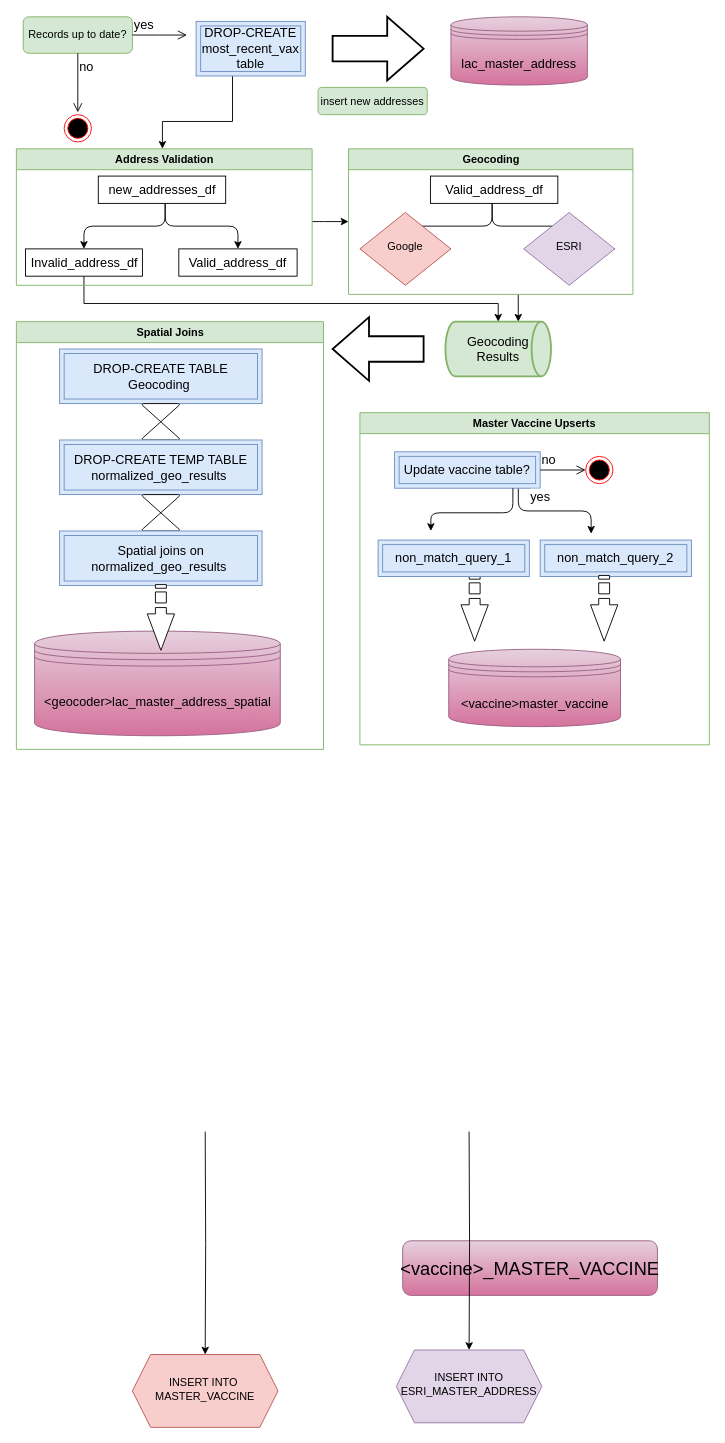
Before: conolidated_address_pipeline.drawio in Primordial-Haggis/LA_county_vax_etl_workflow, a draw.io diagram. Source tidied: cells renumbered, new cells numbered last; positions are measured from the earlier drawing's top-left corner, leaving out a move shared by most shapes. Both pictures are drawn from the tidied source at 91%, with x=0, y=0 at pixel (15, 16).
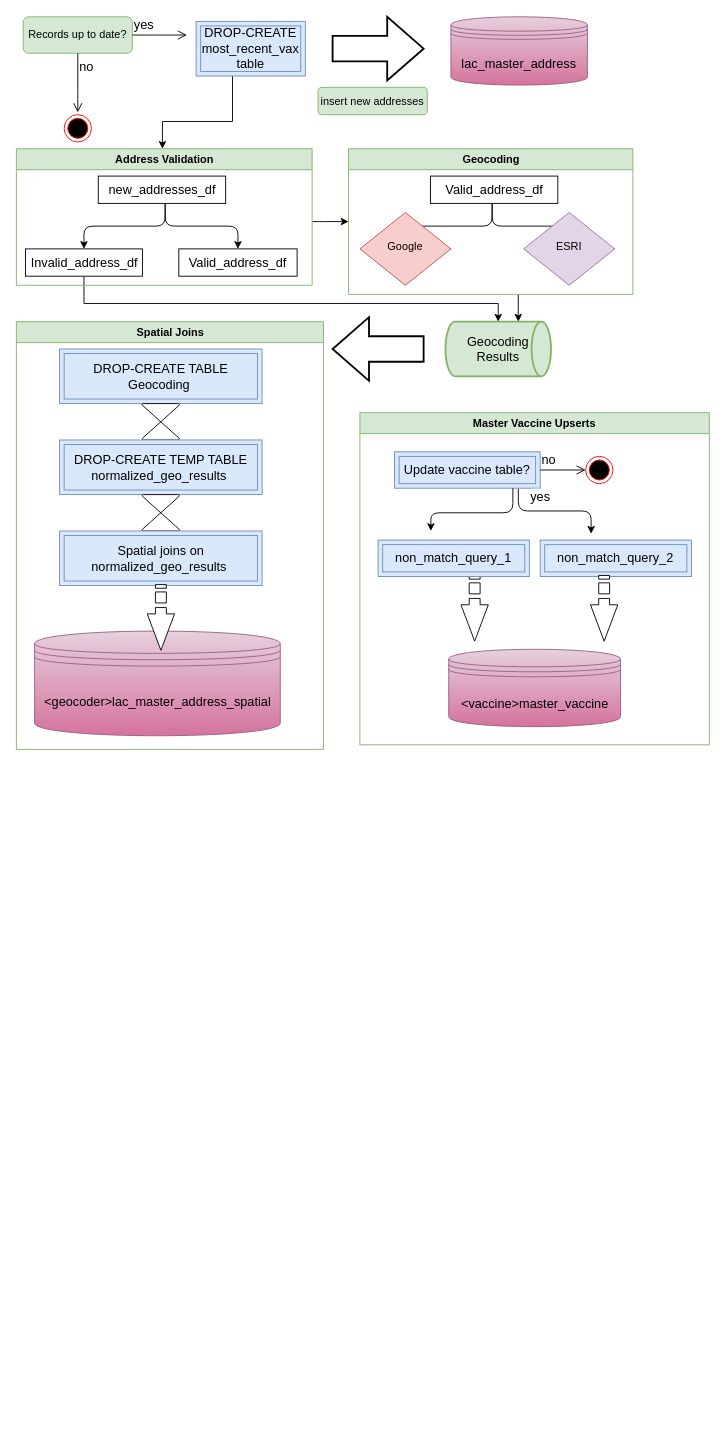
The same page after the edit.

Change to the diagram source:
```diff
@@
-    <mxCell id="2" value="&lt;font color=&quot;#000000&quot;&gt;&amp;lt;vaccine&amp;gt;_MASTER_VACCINE&lt;/font&gt;" style="rounded=1;whiteSpace=wrap;html=1;fontSize=20;fillColor=#e6d0de;gradientColor=#d5739d;strokeColor=#996185;" parent="1" vertex="1">
-      <mxGeometry x="425" y="1345" width="280" height="60" as="geometry" />
-    </mxCell>
-    <mxCell id="3" style="edgeStyle=orthogonalEdgeStyle;rounded=0;jettySize=auto;html=1;fontSize=20;fontColor=#000000;" parent="1" edge="1" target="5">
-      <mxGeometry relative="1" as="geometry">
-        <mxPoint x="208" y="1225" as="sourcePoint" />
-      </mxGeometry>
-    </mxCell>
-    <mxCell id="4" style="edgeStyle=orthogonalEdgeStyle;rounded=0;jettySize=auto;html=1;fontSize=20;fontColor=#000000;" parent="1" edge="1" target="6">
-      <mxGeometry relative="1" as="geometry">
-        <mxPoint x="498" y="1225" as="sourcePoint" />
-      </mxGeometry>
-    </mxCell>
-    <mxCell id="5" value="INSERT INTO&amp;nbsp;&lt;br&gt;MASTER_VACCINE" style="shape=hexagon;perimeter=hexagonPerimeter2;whiteSpace=wrap;html=1;fixedSize=1;fillColor=#f8cecc;strokeColor=#b85450;shadow=0;strokeWidth=1;spacing=6;spacingTop=-4;" parent="1" vertex="1">
-      <mxGeometry x="128" y="1470" width="160" height="80" as="geometry" />
-    </mxCell>
-    <mxCell id="6" value="INSERT INTO ESRI_MASTER_ADDRESS" style="shape=hexagon;perimeter=hexagonPerimeter2;whiteSpace=wrap;html=1;fixedSize=1;fillColor=#e1d5e7;strokeColor=#9673a6;shadow=0;strokeWidth=1;spacing=6;spacingTop=-4;" parent="1" vertex="1">
-      <mxGeometry x="418" y="1465" width="160" height="80" as="geometry" />
-    </mxCell>
```
